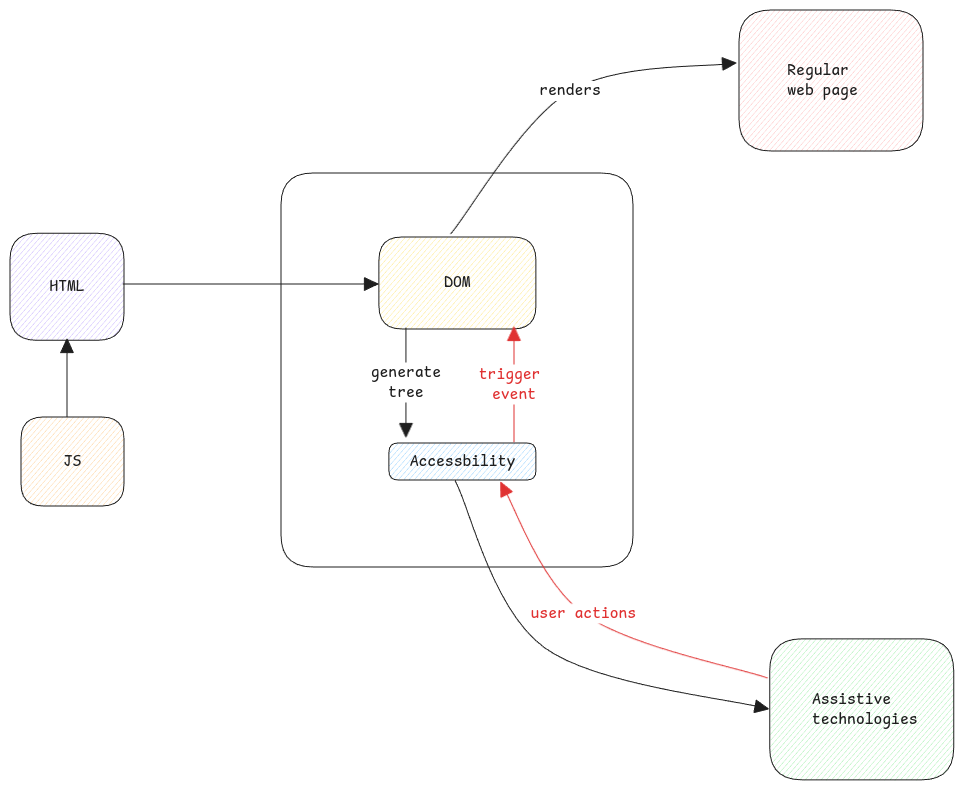
This is static/img/aria.excalidraw.png from swaroopar/inprogress-engineer, a Excalidraw export, as it was before one commit. Source tidied: one line per element, renumbered; positions are measured from the earlier drawing's top-left corner, leaving out a move shared by most shapes.
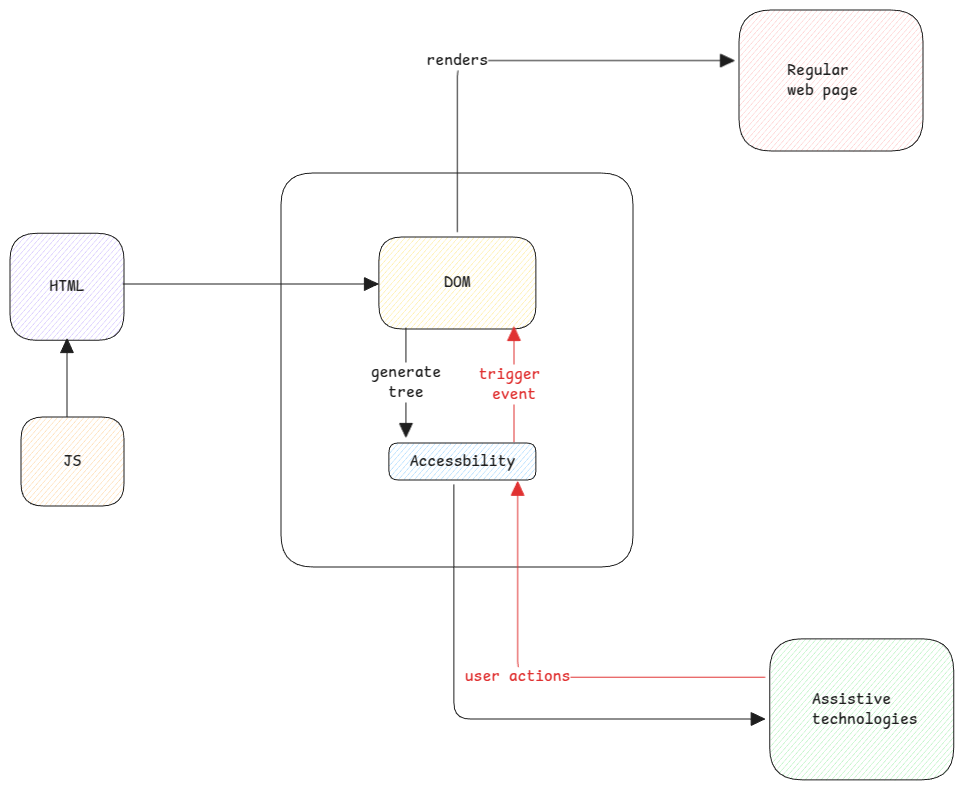
After the commit.

Change to the diagram source:
```diff
@@ -5,11 +5,11 @@
 {"id": 4, "type": "text", "text": "Accessbility", "strokeColor": "#1e1e1e", "strokeWidth": 2, "roughness": 1, "fontSize": 16, "fontFamily": 8, "textAlign": "center", "verticalAlign": "middle", "inside": 3, "x": 400, "y": 442, "width": 106, "height": 20}
 {"id": 5, "type": "arrow", "strokeColor": "#1e1e1e", "strokeWidth": 1, "roughness": 0, "endArrowhead": "triangle", "round": true, "x": 396, "y": 318, "width": 0, "height": 109, "points": [[0, 0], [0, 109]]}
 {"id": 6, "type": "text", "text": "generate\ntree", "strokeColor": "#1e1e1e", "strokeWidth": 1, "roughness": 0, "fontSize": 16, "fontFamily": 8, "textAlign": "center", "verticalAlign": "middle", "inside": 5, "x": 361, "y": 352, "width": 70, "height": 40}
-{"id": 7, "type": "arrow", "strokeColor": "#1e1e1e", "strokeWidth": 1, "roughness": 0, "endArrowhead": "triangle", "round": true, "from": 1, "to": 9, "x": 441, "y": 224, "width": 285, "height": 171, "points": [[0, 0], [119, -143], [285, -171]]}
+{"id": 7, "type": "arrow", "strokeColor": "#1e1e1e", "strokeWidth": 1, "roughness": 0, "endArrowhead": "triangle", "from": 1, "to": 9, "x": 447, "y": 222, "width": 277, "height": 171, "points": [[0, 0], [0, -171], [277, -171]]}
 {"id": 8, "type": "text", "text": "renders", "strokeColor": "#1e1e1e", "backgroundColor": "#ffd8a8", "fillStyle": "hachure", "strokeWidth": 1, "roughness": 0, "fontSize": 16, "fontFamily": 8, "textAlign": "center", "verticalAlign": "middle", "inside": 7, "x": 529, "y": 71, "width": 62, "height": 20}
 {"id": 9, "type": "rectangle", "strokeColor": "#1e1e1e", "backgroundColor": "#ffc9c9", "fillStyle": "hachure", "strokeWidth": 1, "roughness": 0, "round": true, "x": 729, "y": 0, "width": 184, "height": 141}
 {"id": 10, "type": "text", "text": "Regular \nweb page", "strokeColor": "#1e1e1e", "strokeWidth": 1, "roughness": 0, "fontSize": 16, "fontFamily": 8, "x": 777, "y": 50, "width": 70, "height": 40}
-{"id": 11, "type": "arrow", "strokeColor": "#1e1e1e", "strokeWidth": 1, "roughness": 0, "endArrowhead": "triangle", "round": true, "from": 3, "to": 12, "x": 445, "y": 471, "width": 313, "height": 228, "points": [[0, 0], [89, 167], [313, 228]]}
+{"id": 11, "type": "arrow", "strokeColor": "#1e1e1e", "strokeWidth": 1, "roughness": 0, "endArrowhead": "triangle", "from": 3, "to": 12, "x": 444, "y": 475, "width": 311, "height": 234, "points": [[0, 0], [0, 234], [311, 234]]}
 {"id": 12, "type": "rectangle", "strokeColor": "#1e1e1e", "backgroundColor": "#b2f2bb", "fillStyle": "hachure", "strokeWidth": 1, "roughness": 0, "round": true, "x": 760, "y": 629, "width": 184, "height": 141}
 {"id": 13, "type": "text", "text": "Assistive\ntechnologies", "strokeColor": "#1e1e1e", "strokeWidth": 1, "roughness": 0, "fontSize": 16, "fontFamily": 8, "x": 802, "y": 680, "width": 106, "height": 40}
 {"id": 14, "type": "rectangle", "strokeColor": "#1e1e1e", "backgroundColor": "#d0bfff", "fillStyle": "hachure", "strokeWidth": 1, "roughness": 0, "round": true, "x": 0, "y": 223, "width": 114, "height": 107}
@@ -20,5 +20,5 @@
 {"id": 19, "type": "arrow", "strokeColor": "#1e1e1e", "strokeWidth": 1, "roughness": 0, "endArrowhead": "triangle", "round": true, "to": 1, "x": 113, "y": 274, "width": 255, "height": 0, "points": [[0, 0], [255, 0]]}
 {"id": 20, "type": "arrow", "strokeColor": "#e03131", "strokeWidth": 1, "roughness": 0, "endArrowhead": "triangle", "round": true, "from": 3, "x": 504, "y": 432, "width": 0, "height": 115, "points": [[0, 0], [0, -115]]}
 {"id": 21, "type": "text", "text": "trigger \nevent", "strokeColor": "#e03131", "strokeWidth": 1, "roughness": 0, "fontSize": 16, "fontFamily": 8, "textAlign": "center", "verticalAlign": "middle", "inside": 20, "x": 469, "y": 354, "width": 70, "height": 40}
-{"id": 22, "type": "arrow", "strokeColor": "#e03131", "strokeWidth": 1, "roughness": 0, "endArrowhead": "triangle", "round": true, "from": 12, "to": 3, "x": 757, "y": 668, "width": 267, "height": 196, "points": [[0, 0], [-184, -64], [-267, -196]]}
+{"id": 22, "type": "arrow", "strokeColor": "#e03131", "strokeWidth": 1, "roughness": 0, "endArrowhead": "triangle", "from": 12, "to": 3, "x": 755, "y": 667, "width": 247, "height": 195, "points": [[0, 0], [-247, 0], [-247, -195]]}
 {"id": 23, "type": "text", "text": "user actions", "strokeColor": "#e03131", "strokeWidth": 1, "roughness": 0, "fontSize": 16, "fontFamily": 8, "textAlign": "center", "verticalAlign": "middle", "inside": 22, "x": 521, "y": 594, "width": 106, "height": 20}
```
